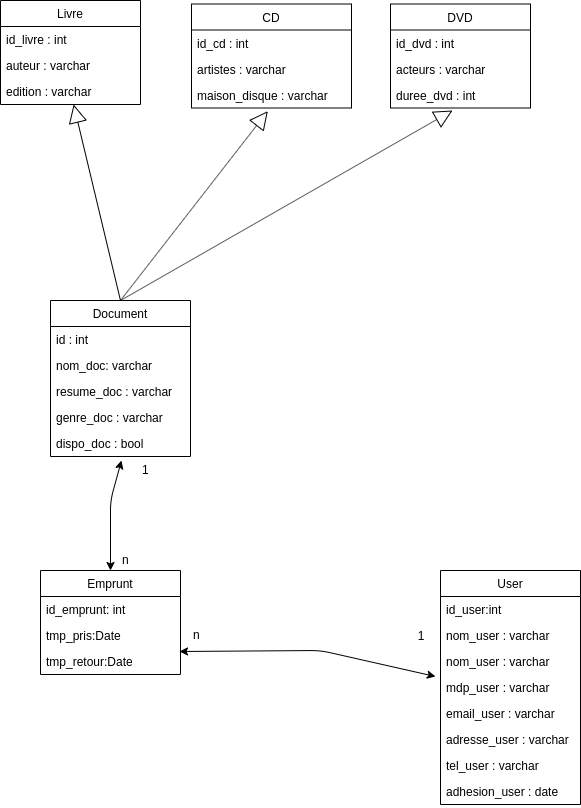
Before: documents/Schema_bdd.png, a diagram exported from draw.io (apinot/medianet). Source tidied: cells renumbered, new cells last; positions are measured from the earlier drawing's top-left corner, leaving out a move shared by most shapes. Its diagram source:
```xml
<mxGraphModel background="#ffffff">
  <root>
    <mxCell id="0" />
    <mxCell id="1" parent="0" />
    <mxCell id="2" value="Livre" style="swimlane;fontStyle=0;horizontal=1;startSize=26;fillColor=none;" parent="1" vertex="1">
      <mxGeometry width="140" height="104" as="geometry" />
    </mxCell>
    <mxCell id="3" value="id_livre : int" style="text;strokeColor=none;fillColor=none;align=left;verticalAlign=top;spacingLeft=4;spacingRight=4;overflow=hidden;" parent="2" vertex="1">
      <mxGeometry y="26" width="140" height="26" as="geometry" />
    </mxCell>
    <mxCell id="4" value="auteur : varchar" style="text;strokeColor=none;fillColor=none;align=left;verticalAlign=top;spacingLeft=4;spacingRight=4;overflow=hidden;" parent="2" vertex="1">
      <mxGeometry y="52" width="140" height="26" as="geometry" />
    </mxCell>
    <mxCell id="5" value="edition : varchar" style="text;strokeColor=none;fillColor=none;align=left;verticalAlign=top;spacingLeft=4;spacingRight=4;overflow=hidden;points=[[0,0.5],[1,0.5]];portConstraint=eastwest;" parent="2" vertex="1">
      <mxGeometry y="78" width="140" height="26" as="geometry" />
    </mxCell>
    <mxCell id="6" value="Emprunt" style="swimlane;fontStyle=0;horizontal=1;startSize=26;fillColor=none;" parent="1" vertex="1">
      <mxGeometry x="40" y="570" width="140" height="104" as="geometry" />
    </mxCell>
    <mxCell id="7" value="id_emprunt: int " style="text;strokeColor=none;fillColor=none;align=left;verticalAlign=top;spacingLeft=4;spacingRight=4;overflow=hidden;" parent="6" vertex="1">
      <mxGeometry y="26" width="140" height="26" as="geometry" />
    </mxCell>
    <mxCell id="8" value="tmp_pris:Date" style="text;strokeColor=none;fillColor=none;align=left;verticalAlign=top;spacingLeft=4;spacingRight=4;overflow=hidden;" parent="6" vertex="1">
      <mxGeometry y="52" width="140" height="26" as="geometry" />
    </mxCell>
    <mxCell id="9" value="tmp_retour:Date" style="text;strokeColor=none;fillColor=none;align=left;verticalAlign=top;spacingLeft=4;spacingRight=4;overflow=hidden;points=[[0,0.5],[1,0.5]];portConstraint=eastwest;" parent="6" vertex="1">
      <mxGeometry y="78" width="140" height="26" as="geometry" />
    </mxCell>
    <mxCell id="10" style="endArrow=classic;startArrow=classic;html=1;entryX=0.507;entryY=1.156;entryDx=0;entryDy=0;exitX=0.5;exitY=0;exitDx=0;exitDy=0;entryPerimeter=0;" parent="1" edge="1" source="6" target="37">
      <mxGeometry relative="1" as="geometry">
        <Array as="points">
          <mxPoint x="110" y="500" />
        </Array>
      </mxGeometry>
    </mxCell>
    <mxCell id="11" value="n" style="text;html=1;align=left;verticalAlign=top;spacingTop=-4;" parent="1" vertex="1">
      <mxGeometry x="120" y="550" width="20" height="20" as="geometry" />
    </mxCell>
    <mxCell id="12" value="1" style="text;html=1;align=left;verticalAlign=top;spacingTop=-4;" parent="1" vertex="1">
      <mxGeometry x="140" y="460" width="20" height="20" as="geometry" />
    </mxCell>
    <mxCell id="13" value="User" style="swimlane;fontStyle=0;horizontal=1;startSize=26;fillColor=none;" parent="1" vertex="1">
      <mxGeometry x="440" y="570" width="140" height="234" as="geometry" />
    </mxCell>
    <mxCell id="14" value="id_user:int" style="text;strokeColor=none;fillColor=none;align=left;verticalAlign=top;spacingLeft=4;spacingRight=4;overflow=hidden;" parent="13" vertex="1">
      <mxGeometry y="26" width="140" height="26" as="geometry" />
    </mxCell>
    <mxCell id="15" value="nom_user : varchar" style="text;strokeColor=none;fillColor=none;align=left;verticalAlign=top;spacingLeft=4;spacingRight=4;overflow=hidden;" parent="13" vertex="1">
      <mxGeometry y="52" width="140" height="26" as="geometry" />
    </mxCell>
    <mxCell id="16" value="nom_user : varchar" style="text;strokeColor=none;fillColor=none;align=left;verticalAlign=top;spacingLeft=4;spacingRight=4;overflow=hidden;" parent="13" vertex="1">
      <mxGeometry y="78" width="140" height="26" as="geometry" />
    </mxCell>
    <mxCell id="17" value="mdp_user : varchar" style="text;strokeColor=none;fillColor=none;align=left;verticalAlign=top;spacingLeft=4;spacingRight=4;overflow=hidden;points=[[0,0.5],[1,0.5]];portConstraint=eastwest;" parent="13" vertex="1">
      <mxGeometry y="104" width="140" height="26" as="geometry" />
    </mxCell>
    <mxCell id="18" value="email_user : varchar" style="text;strokeColor=none;fillColor=none;align=left;verticalAlign=top;spacingLeft=4;spacingRight=4;overflow=hidden;" parent="13" vertex="1">
      <mxGeometry y="130" width="140" height="26" as="geometry" />
    </mxCell>
    <mxCell id="19" value="adresse_user : varchar&#10;" style="text;strokeColor=none;fillColor=none;align=left;verticalAlign=top;spacingLeft=4;spacingRight=4;overflow=hidden;" parent="13" vertex="1">
      <mxGeometry y="156" width="140" height="26" as="geometry" />
    </mxCell>
    <mxCell id="20" value="tel_user : varchar&#10;" style="text;strokeColor=none;fillColor=none;align=left;verticalAlign=top;spacingLeft=4;spacingRight=4;overflow=hidden;" parent="13" vertex="1">
      <mxGeometry y="182" width="140" height="26" as="geometry" />
    </mxCell>
    <mxCell id="21" value="adhesion_user : date" style="text;strokeColor=none;fillColor=none;align=left;verticalAlign=top;spacingLeft=4;spacingRight=4;overflow=hidden;" parent="13" vertex="1">
      <mxGeometry y="208" width="140" height="26" as="geometry" />
    </mxCell>
    <mxCell id="22" style="endArrow=classic;startArrow=classic;html=1;entryX=0.993;entryY=0.115;entryDx=0;entryDy=0;entryPerimeter=0;exitX=-0.036;exitY=0.077;exitDx=0;exitDy=0;exitPerimeter=0;" parent="1" edge="1" source="17" target="9">
      <mxGeometry relative="1" as="geometry">
        <Array as="points">
          <mxPoint x="320" y="650" />
        </Array>
      </mxGeometry>
    </mxCell>
    <mxCell id="23" value="n" style="text;html=1;align=left;verticalAlign=top;spacingTop=-4;" parent="1" vertex="1">
      <mxGeometry x="191" y="625" width="20" height="20" as="geometry" />
    </mxCell>
    <mxCell id="24" value="CD" style="swimlane;fontStyle=0;horizontal=1;startSize=26;fillColor=none;" parent="1" vertex="1">
      <mxGeometry x="191" y="3.5" width="160" height="104" as="geometry" />
    </mxCell>
    <mxCell id="25" value="id_cd : int " style="text;strokeColor=none;fillColor=none;align=left;verticalAlign=top;spacingLeft=4;spacingRight=4;overflow=hidden;" parent="24" vertex="1">
      <mxGeometry y="26" width="160" height="26" as="geometry" />
    </mxCell>
    <mxCell id="26" value="artistes : varchar" style="text;strokeColor=none;fillColor=none;align=left;verticalAlign=top;spacingLeft=4;spacingRight=4;overflow=hidden;" parent="24" vertex="1">
      <mxGeometry y="52" width="160" height="26" as="geometry" />
    </mxCell>
    <mxCell id="27" value="maison_disque : varchar&#10;" style="text;strokeColor=none;fillColor=none;align=left;verticalAlign=top;spacingLeft=4;spacingRight=4;overflow=hidden;points=[[0,0.5],[1,0.5]];portConstraint=eastwest;" parent="24" vertex="1">
      <mxGeometry y="78" width="160" height="26" as="geometry" />
    </mxCell>
    <mxCell id="28" value="DVD" style="swimlane;fontStyle=0;horizontal=1;startSize=26;fillColor=none;" parent="1" vertex="1">
      <mxGeometry x="390" y="3.5" width="140" height="104" as="geometry" />
    </mxCell>
    <mxCell id="29" value="id_dvd : int" style="text;strokeColor=none;fillColor=none;align=left;verticalAlign=top;spacingLeft=4;spacingRight=4;overflow=hidden;" parent="28" vertex="1">
      <mxGeometry y="26" width="140" height="26" as="geometry" />
    </mxCell>
    <mxCell id="30" value="acteurs : varchar" style="text;strokeColor=none;fillColor=none;align=left;verticalAlign=top;spacingLeft=4;spacingRight=4;overflow=hidden;" parent="28" vertex="1">
      <mxGeometry y="52" width="140" height="26" as="geometry" />
    </mxCell>
    <mxCell id="31" value="duree_dvd : int" style="text;strokeColor=none;fillColor=none;align=left;verticalAlign=top;spacingLeft=4;spacingRight=4;overflow=hidden;" parent="28" vertex="1">
      <mxGeometry y="78" width="140" height="26" as="geometry" />
    </mxCell>
    <mxCell id="32" value="Document" style="swimlane;fontStyle=0;horizontal=1;startSize=26;fillColor=none;" parent="1" vertex="1">
      <mxGeometry x="50" y="300" width="140" height="156" as="geometry" />
    </mxCell>
    <mxCell id="33" value="id : int" style="text;strokeColor=none;fillColor=none;align=left;verticalAlign=top;spacingLeft=4;spacingRight=4;overflow=hidden;" parent="32" vertex="1">
      <mxGeometry y="26" width="140" height="26" as="geometry" />
    </mxCell>
    <mxCell id="34" value="nom_doc: varchar" style="text;strokeColor=none;fillColor=none;align=left;verticalAlign=top;spacingLeft=4;spacingRight=4;overflow=hidden;" parent="32" vertex="1">
      <mxGeometry y="52" width="140" height="26" as="geometry" />
    </mxCell>
    <mxCell id="35" value="resume_doc : varchar" style="text;strokeColor=none;fillColor=none;align=left;verticalAlign=top;spacingLeft=4;spacingRight=4;overflow=hidden;" parent="32" vertex="1">
      <mxGeometry y="78" width="140" height="26" as="geometry" />
    </mxCell>
    <mxCell id="36" value="genre_doc : varchar" style="text;strokeColor=none;fillColor=none;align=left;verticalAlign=top;spacingLeft=4;spacingRight=4;overflow=hidden;" parent="32" vertex="1">
      <mxGeometry y="104" width="140" height="26" as="geometry" />
    </mxCell>
    <mxCell id="37" value="dispo_doc : bool" style="text;strokeColor=none;fillColor=none;align=left;verticalAlign=top;spacingLeft=4;spacingRight=4;overflow=hidden;points=[[0,0.5],[1,0.5]];portConstraint=eastwest;" parent="32" vertex="1">
      <mxGeometry y="130" width="140" height="26" as="geometry" />
    </mxCell>
    <mxCell id="38" style="endArrow=block;endSize=16;endFill=0;html=1;exitX=0.5;exitY=0;exitDx=0;exitDy=0;entryX=0.477;entryY=1.121;entryDx=0;entryDy=0;entryPerimeter=0;" parent="1" edge="1" source="32" target="27">
      <mxGeometry relative="1" as="geometry" />
    </mxCell>
    <mxCell id="39" style="endArrow=block;endSize=16;endFill=0;html=1;exitX=0.5;exitY=0;exitDx=0;exitDy=0;" parent="1" edge="1" source="32">
      <mxGeometry relative="1" as="geometry">
        <mxPoint x="452" y="110" as="targetPoint" />
      </mxGeometry>
    </mxCell>
    <mxCell id="40" style="endArrow=block;endSize=16;endFill=0;html=1;exitX=0.5;exitY=0;exitDx=0;exitDy=0;" parent="1" edge="1" source="32" target="5">
      <mxGeometry relative="1" as="geometry" />
    </mxCell>
    <mxCell id="41" value="&lt;div&gt;1&lt;/div&gt;" style="text;html=1;strokeColor=none;fillColor=none;align=center;verticalAlign=middle;whiteSpace=wrap;rounded=0;" parent="1" vertex="1">
      <mxGeometry x="400" y="625" width="40" height="20" as="geometry" />
    </mxCell>
  </root>
</mxGraphModel>
```
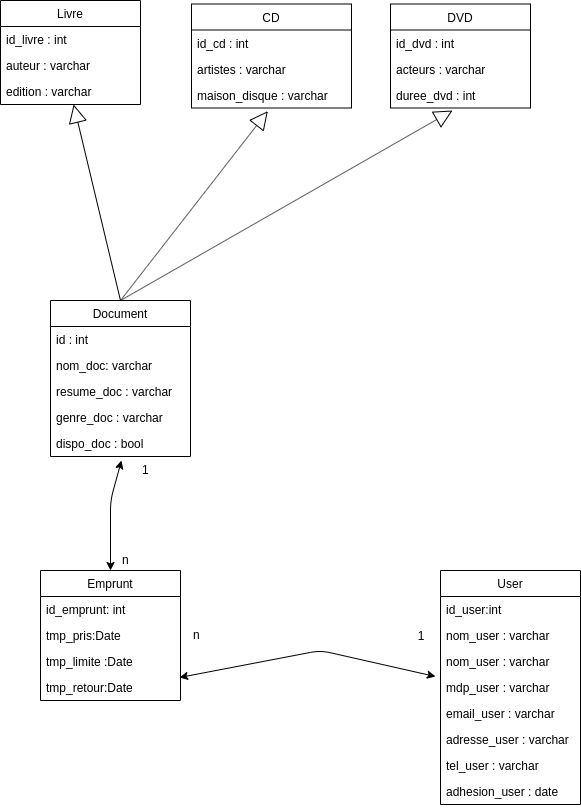
The same file after the commit.

What changed in the source:
```diff
@@ -15,7 +15,7 @@
       <mxGeometry y="78" width="140" height="26" as="geometry" />
     </mxCell>
     <mxCell id="6" value="Emprunt" style="swimlane;fontStyle=0;horizontal=1;startSize=26;fillColor=none;" parent="1" vertex="1">
-      <mxGeometry x="40" y="570" width="140" height="104" as="geometry" />
+      <mxGeometry x="40" y="570" width="140" height="130" as="geometry" />
     </mxCell>
     <mxCell id="7" value="id_emprunt: int " style="text;strokeColor=none;fillColor=none;align=left;verticalAlign=top;spacingLeft=4;spacingRight=4;overflow=hidden;" parent="6" vertex="1">
       <mxGeometry y="26" width="140" height="26" as="geometry" />
@@ -23,8 +23,11 @@
     <mxCell id="8" value="tmp_pris:Date" style="text;strokeColor=none;fillColor=none;align=left;verticalAlign=top;spacingLeft=4;spacingRight=4;overflow=hidden;" parent="6" vertex="1">
       <mxGeometry y="52" width="140" height="26" as="geometry" />
     </mxCell>
+    <mxCell id="42" value="tmp_limite :Date" style="text;strokeColor=none;fillColor=none;align=left;verticalAlign=top;spacingLeft=4;spacingRight=4;overflow=hidden;" parent="6" vertex="1">
+      <mxGeometry y="78" width="140" height="26" as="geometry" />
+    </mxCell>
     <mxCell id="9" value="tmp_retour:Date" style="text;strokeColor=none;fillColor=none;align=left;verticalAlign=top;spacingLeft=4;spacingRight=4;overflow=hidden;points=[[0,0.5],[1,0.5]];portConstraint=eastwest;" parent="6" vertex="1">
-      <mxGeometry y="78" width="140" height="26" as="geometry" />
+      <mxGeometry y="104" width="140" height="26" as="geometry" />
     </mxCell>
     <mxCell id="10" style="endArrow=classic;startArrow=classic;html=1;entryX=0.507;entryY=1.156;entryDx=0;entryDy=0;exitX=0.5;exitY=0;exitDx=0;exitDy=0;entryPerimeter=0;" parent="1" edge="1" source="6" target="37">
       <mxGeometry relative="1" as="geometry">
```
